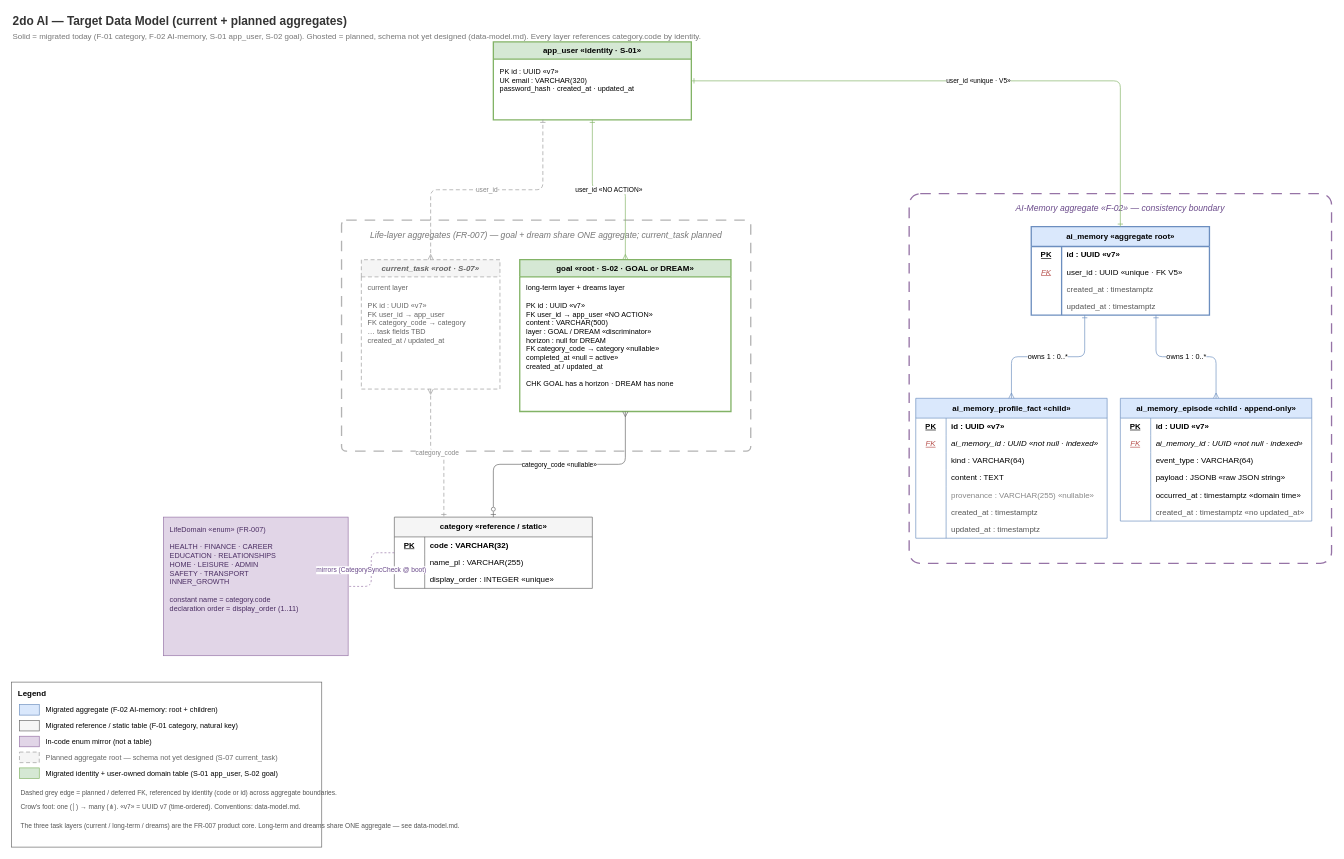
Before: context/foundation/data-model-target.drawio in TheDariusz/2doai, a draw.io diagram. Source tidied: cells renumbered, new cells numbered last; positions are measured from the earlier drawing's top-left corner, leaving out a move shared by most shapes. Both pictures are drawn from the tidied source at 66%, with x=0, y=0 at pixel (11, 11).
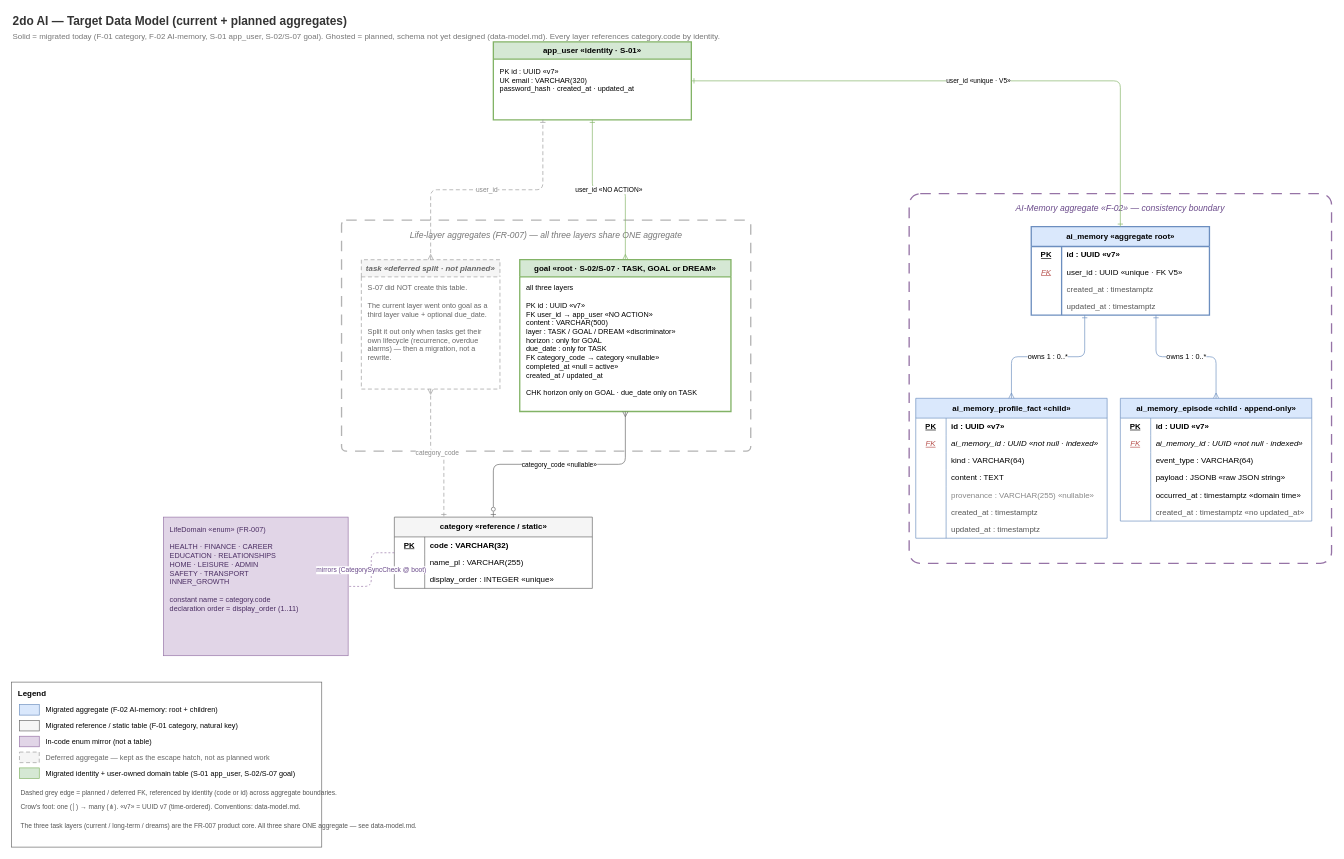
After the change.

Unchanged cells that the change refers to:
```xml
<mxCell id="85" value="Legend" style="rounded=0;whiteSpace=wrap;html=1;fillColor=none;strokeColor=#666666;verticalAlign=top;fontStyle=1;align=left;spacingLeft=8;spacingTop=4;" parent="1" vertex="1">
  <mxGeometry y="1016" width="470" height="250" as="geometry" />
</mxCell>
```

Diff of the diagram source:
```diff
@@
-    <mxCell id="3" value="Solid = migrated today (F-01 category, F-02 AI-memory, S-01 app_user, S-02 goal).   Ghosted = planned, schema not yet designed (data-model.md).   Every layer references category.code by identity." style="text;html=1;align=left;verticalAlign=middle;fontSize=12;fontColor=#777777;" parent="1" vertex="1">
+    <mxCell id="3" value="Solid = migrated today (F-01 category, F-02 AI-memory, S-01 app_user, S-02/S-07 goal).   Ghosted = planned, schema not yet designed (data-model.md).   Every layer references category.code by identity." style="text;html=1;align=left;verticalAlign=middle;fontSize=12;fontColor=#777777;" parent="1" vertex="1">
       <mxGeometry y="28" width="1200" height="20" as="geometry" />
     </mxCell>
-    <mxCell id="4" value="Life-layer aggregates (FR-007)  —  goal + dream share ONE aggregate; current_task planned" style="rounded=1;arcSize=2;whiteSpace=wrap;html=1;dashed=1;dashPattern=8 6;strokeColor=#b3b3b3;strokeWidth=2;fillColor=none;verticalAlign=top;fontStyle=2;fontColor=#777777;fontSize=13;spacingTop=8;" parent="1" vertex="1">
+    <mxCell id="4" value="Life-layer aggregates (FR-007)  —  all three layers share ONE aggregate" style="rounded=1;arcSize=2;whiteSpace=wrap;html=1;dashed=1;dashPattern=8 6;strokeColor=#b3b3b3;strokeWidth=2;fillColor=none;verticalAlign=top;fontStyle=2;fontColor=#777777;fontSize=13;spacingTop=8;" parent="1" vertex="1">
       <mxGeometry x="500" y="316" width="620" height="350" as="geometry" />
     </mxCell>
@@
-    <mxCell id="19" value="current_task   «root · S-07»" style="swimlane;startSize=26;html=1;fillColor=#f5f5f5;strokeColor=#999999;dashed=1;dashPattern=6 4;fontColor=#666666;fontStyle=3;align=center;whiteSpace=wrap;" parent="1" vertex="1">
+    <mxCell id="19" value="task   «deferred split · not planned»" style="swimlane;startSize=26;html=1;fillColor=#f5f5f5;strokeColor=#999999;dashed=1;dashPattern=6 4;fontColor=#666666;fontStyle=3;align=center;whiteSpace=wrap;" parent="1" vertex="1">
       <mxGeometry x="530" y="376" width="210" height="196" as="geometry" />
     </mxCell>
-    <mxCell id="20" value="current layer&#10;&#10;PK   id : UUID «v7»&#10;FK   user_id → app_user&#10;FK   category_code → category&#10;         … task fields TBD&#10;         created_at / updated_at" style="text;html=1;align=left;verticalAlign=top;spacingLeft=8;spacingTop=4;fontSize=11;fontColor=#666666;whiteSpace=wrap;" parent="19" vertex="1">
+    <mxCell id="20" value="S-07 did NOT create this table.&#10;&#10;The current layer went onto goal as a&#10;third layer value + optional due_date.&#10;&#10;Split it out only when tasks get their&#10;own lifecycle (recurrence, overdue&#10;alarms) — then a migration, not a rewrite." style="text;html=1;align=left;verticalAlign=top;spacingLeft=8;spacingTop=4;fontSize=11;fontColor=#666666;whiteSpace=wrap;" parent="19" vertex="1">
       <mxGeometry y="26" width="210" height="170" as="geometry" />
     </mxCell>
-    <mxCell id="21" value="goal  «root · S-02 · GOAL or DREAM»" style="swimlane;startSize=26;html=1;fillColor=#d5e8d4;strokeColor=#82b366;strokeWidth=2;fontStyle=1;align=center;whiteSpace=wrap;" parent="1" vertex="1">
+    <mxCell id="21" value="goal  «root · S-02/S-07 · TASK, GOAL or DREAM»" style="swimlane;startSize=26;html=1;fillColor=#d5e8d4;strokeColor=#82b366;strokeWidth=2;fontStyle=1;align=center;whiteSpace=wrap;" parent="1" vertex="1">
       <mxGeometry x="770" y="376" width="320" height="230" as="geometry" />
     </mxCell>
-    <mxCell id="22" value="long-term layer + dreams layer&#10;&#10;PK   id : UUID «v7»&#10;FK   user_id → app_user  «NO ACTION»&#10;         content : VARCHAR(500)&#10;         layer : GOAL / DREAM  «discriminator»&#10;         horizon : null for DREAM&#10;FK   category_code → category  «nullable»&#10;         completed_at  «null = active»&#10;         created_at / updated_at&#10;&#10;CHK  GOAL has a horizon · DREAM has none" style="text;html=1;align=left;verticalAlign=top;spacingLeft=8;spacingTop=4;fontSize=11;whiteSpace=wrap;" parent="21" vertex="1">
+    <mxCell id="22" value="all three layers&#10;&#10;PK   id : UUID «v7»&#10;FK   user_id → app_user  «NO ACTION»&#10;         content : VARCHAR(500)&#10;         layer : TASK / GOAL / DREAM  «discriminator»&#10;         horizon : only for GOAL&#10;         due_date : only for TASK&#10;FK   category_code → category  «nullable»&#10;         completed_at  «null = active»&#10;         created_at / updated_at&#10;&#10;CHK  horizon only on GOAL · due_date only on TASK" style="text;html=1;align=left;verticalAlign=top;spacingLeft=8;spacingTop=4;fontSize=11;whiteSpace=wrap;" parent="21" vertex="1">
       <mxGeometry y="26" width="320" height="204" as="geometry" />
     </mxCell>
@@
-    <mxCell id="93" value="Planned aggregate root — schema not yet designed (S-07 current_task)" style="text;html=1;align=left;verticalAlign=middle;fontSize=11;fontColor=#666666;" parent="85" vertex="1">
+    <mxCell id="93" value="Deferred aggregate — kept as the escape hatch, not as planned work" style="text;html=1;align=left;verticalAlign=middle;fontSize=11;fontColor=#666666;" parent="85" vertex="1">
       <mxGeometry x="50" y="104" width="410" height="20" as="geometry" />
     </mxCell>
@@
-    <mxCell id="95" value="Migrated identity + user-owned domain table (S-01 app_user, S-02 goal)" style="text;html=1;align=left;verticalAlign=middle;fontSize=11;" parent="85" vertex="1">
+    <mxCell id="95" value="Migrated identity + user-owned domain table (S-01 app_user, S-02/S-07 goal)" style="text;html=1;align=left;verticalAlign=middle;fontSize=11;" parent="85" vertex="1">
       <mxGeometry x="50" y="128" width="410" height="20" as="geometry" />
     </mxCell>
@@
-    <mxCell id="98" value="The three task layers (current / long-term / dreams) are the FR-007 product core. Long-term and dreams share ONE aggregate — see data-model.md." style="text;html=1;align=left;verticalAlign=middle;fontSize=10;fontColor=#555555;" parent="85" vertex="1">
+    <mxCell id="98" value="The three task layers (current / long-term / dreams) are the FR-007 product core. All three share ONE aggregate — see data-model.md." style="text;html=1;align=left;verticalAlign=middle;fontSize=10;fontColor=#555555;" parent="85" vertex="1">
       <mxGeometry x="12" y="202" width="450" height="30" as="geometry" />
     </mxCell>
```
